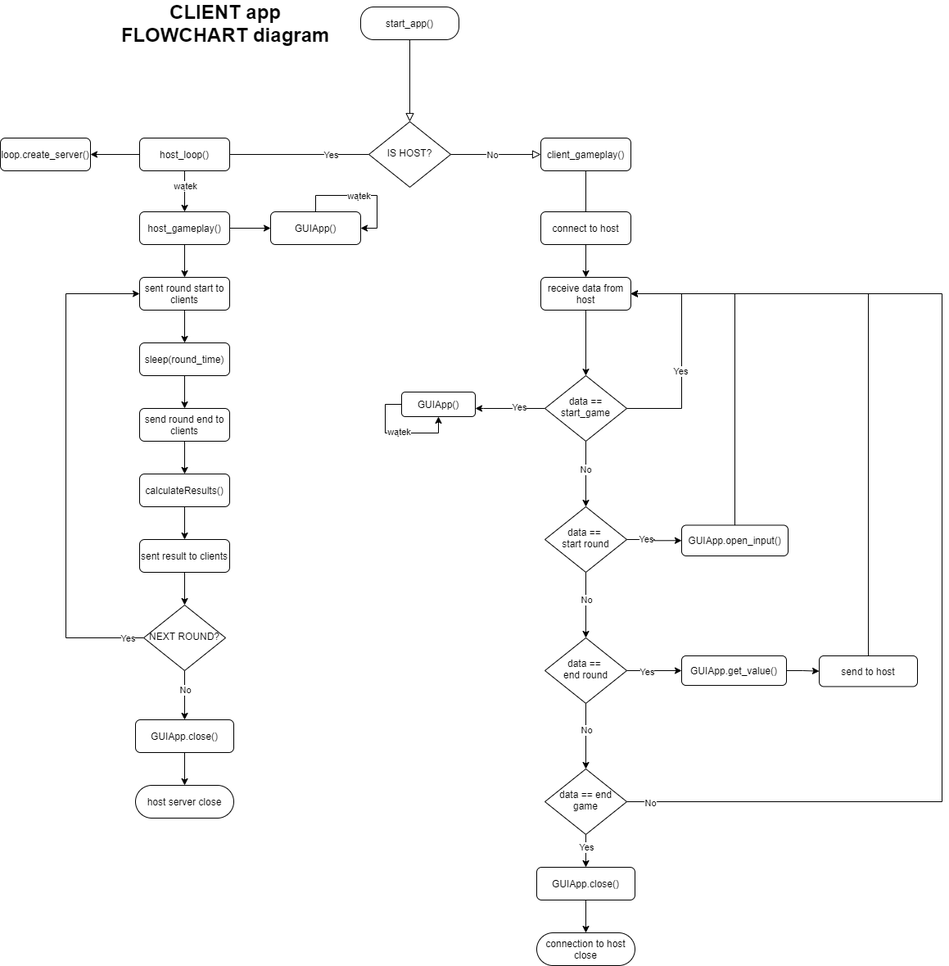
Above: docs/Schemat blokowy aplikacji.png in PituchaAleksander/country-city_game (draw.io), before the change. Source tidied: cells renumbered, new cells last; positions are measured from the earlier drawing's top-left corner, leaving out a move shared by most shapes.
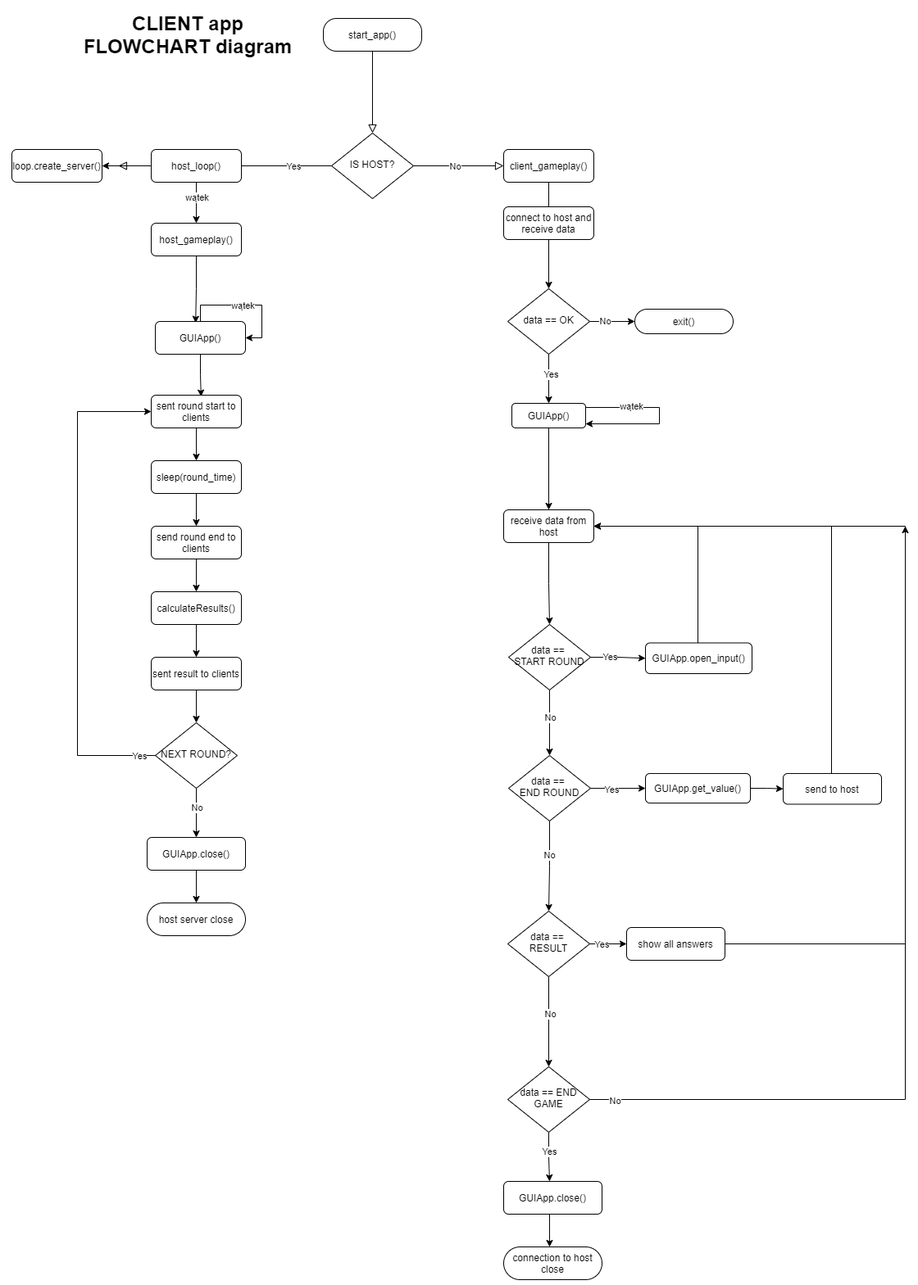
Above is the later version.

Diff of the diagram source:
```diff
@@ -35,43 +35,9 @@
     </mxCell>
-    <mxCell id="11" style="edgeStyle=orthogonalEdgeStyle;rounded=0;jettySize=auto;html=1;" parent="1" edge="1" source="17" target="20">
-      <mxGeometry relative="1" as="geometry">
-        <Array as="points">
-          <mxPoint x="590" y="490" />
-          <mxPoint x="590" y="490" />
-        </Array>
-      </mxGeometry>
-    </mxCell>
-    <mxCell id="12" value="Yes" style="edgeLabel;html=1;align=center;verticalAlign=middle;" parent="11" vertex="1">
-      <mxGeometry x="-0.25" y="-2" relative="1" as="geometry" />
-    </mxCell>
-    <mxCell id="13" style="edgeStyle=orthogonalEdgeStyle;rounded=0;jettySize=auto;html=1;exitX=0.5;exitY=1;exitDx=0;exitDy=0;" parent="1" edge="1" source="17" target="26">
-      <mxGeometry relative="1" as="geometry" />
-    </mxCell>
-    <mxCell id="14" value="No" style="edgeLabel;html=1;align=center;verticalAlign=middle;" parent="13" vertex="1">
-      <mxGeometry x="-0.14" y="-1" relative="1" as="geometry" />
-    </mxCell>
-    <mxCell id="15" style="edgeStyle=orthogonalEdgeStyle;rounded=0;jettySize=auto;html=1;entryX=1;entryY=0.5;entryDx=0;entryDy=0;" parent="1" edge="1" source="17" target="38">
-      <mxGeometry relative="1" as="geometry">
-        <Array as="points">
-          <mxPoint x="832" y="490" />
-          <mxPoint x="832" y="350" />
-        </Array>
-      </mxGeometry>
-    </mxCell>
-    <mxCell id="16" value="Yes" style="edgeLabel;html=1;align=center;verticalAlign=middle;" parent="15" vertex="1">
-      <mxGeometry x="-0.16" y="2" relative="1" as="geometry" />
-    </mxCell>
-    <mxCell id="17" value="data == start_game" style="rhombus;whiteSpace=wrap;html=1;shadow=0;fontFamily=Helvetica;fontSize=12;align=center;strokeWidth=1;spacing=6;spacingTop=-4;" parent="1" vertex="1">
-      <mxGeometry x="665" y="450" width="100" height="80" as="geometry" />
-    </mxCell>
-    <mxCell id="18" style="edgeStyle=orthogonalEdgeStyle;rounded=0;orthogonalLoop=1;jettySize=auto;html=1;exitX=0;exitY=0.5;exitDx=0;exitDy=0;entryX=0.5;entryY=1;entryDx=0;entryDy=0;" parent="1" edge="1" source="20" target="20">
-      <mxGeometry relative="1" as="geometry" />
-    </mxCell>
-    <mxCell id="19" value="wątek" style="edgeLabel;html=1;align=center;verticalAlign=middle;" parent="18" vertex="1">
-      <mxGeometry x="0.01" y="2" relative="1" as="geometry" />
-    </mxCell>
+    <mxCell id="79" style="edgeStyle=orthogonalEdgeStyle;rounded=0;jettySize=auto;html=1;" parent="1" edge="1" source="20" target="38">
+      <mxGeometry relative="1" as="geometry" />
+    </mxCell>
     <mxCell id="20" value="GUIApp()" style="rounded=1;whiteSpace=wrap;html=1;" parent="1" vertex="1">
-      <mxGeometry x="490" y="470" width="90" height="30" as="geometry" />
+      <mxGeometry x="670" y="470" width="90" height="30" as="geometry" />
     </mxCell>
-    <mxCell id="21" style="edgeStyle=orthogonalEdgeStyle;rounded=0;jettySize=auto;html=1;exitX=0.5;exitY=1;exitDx=0;exitDy=0;entryX=0.5;entryY=0;entryDx=0;entryDy=0;" parent="1" edge="1" source="38" target="17">
+    <mxCell id="21" style="edgeStyle=orthogonalEdgeStyle;rounded=0;jettySize=auto;html=1;exitX=0.5;exitY=1;exitDx=0;exitDy=0;" parent="1" edge="1" source="38" target="26">
       <mxGeometry relative="1" as="geometry" />
@@ -90,4 +56,4 @@
     </mxCell>
-    <mxCell id="26" value="data == &lt;br&gt;start round" style="rhombus;whiteSpace=wrap;html=1;shadow=0;fontFamily=Helvetica;fontSize=12;align=center;strokeWidth=1;spacing=6;spacingTop=-4;" parent="1" vertex="1">
-      <mxGeometry x="665" y="610" width="100" height="80" as="geometry" />
+    <mxCell id="26" value="data == &lt;br&gt;START ROUND" style="rhombus;whiteSpace=wrap;html=1;shadow=0;fontFamily=Helvetica;fontSize=12;align=center;strokeWidth=1;spacing=6;spacingTop=-4;" parent="1" vertex="1">
+      <mxGeometry x="666" y="740" width="100" height="80" as="geometry" />
     </mxCell>
@@ -96,3 +62,4 @@
         <Array as="points">
-          <mxPoint x="897" y="350" />
+          <mxPoint x="897" y="620" />
+          <mxPoint x="770" y="620" />
         </Array>
@@ -101,3 +68,3 @@
     <mxCell id="28" value="GUIApp.open_input()" style="rounded=1;whiteSpace=wrap;html=1;" parent="1" vertex="1">
-      <mxGeometry x="832" y="632.5" width="130" height="37.5" as="geometry" />
+      <mxGeometry x="833" y="762.5" width="130" height="37.5" as="geometry" />
     </mxCell>
@@ -109,10 +76,10 @@
     </mxCell>
-    <mxCell id="31" style="edgeStyle=orthogonalEdgeStyle;rounded=0;jettySize=auto;html=1;entryX=0.5;entryY=0;entryDx=0;entryDy=0;" parent="1" edge="1" source="33" target="43">
-      <mxGeometry relative="1" as="geometry" />
-    </mxCell>
-    <mxCell id="32" value="No" style="edgeLabel;html=1;align=center;verticalAlign=middle;" parent="31" vertex="1">
-      <mxGeometry x="-0.21" relative="1" as="geometry" />
-    </mxCell>
+    <mxCell id="80" style="edgeStyle=orthogonalEdgeStyle;rounded=0;jettySize=auto;html=1;" parent="1" edge="1" source="33" target="94">
+      <mxGeometry relative="1" as="geometry" />
+    </mxCell>
+    <mxCell id="81" value="No" style="edgeLabel;html=1;align=center;verticalAlign=middle;" parent="80" vertex="1">
+      <mxGeometry x="-0.26" y="-1" relative="1" as="geometry" />
+    </mxCell>
-    <mxCell id="33" value="data == &lt;br&gt;end round" style="rhombus;whiteSpace=wrap;html=1;shadow=0;fontFamily=Helvetica;fontSize=12;align=center;strokeWidth=1;spacing=6;spacingTop=-4;" parent="1" vertex="1">
-      <mxGeometry x="665" y="770" width="100" height="80" as="geometry" />
+    <mxCell id="33" value="data == &lt;br&gt;END ROUND" style="rhombus;whiteSpace=wrap;html=1;shadow=0;fontFamily=Helvetica;fontSize=12;align=center;strokeWidth=1;spacing=6;spacingTop=-4;" parent="1" vertex="1">
+      <mxGeometry x="666" y="900" width="100" height="80" as="geometry" />
     </mxCell>
@@ -122,3 +89,3 @@
     <mxCell id="35" value="&lt;span&gt;GUIApp.get_value()&lt;/span&gt;" style="rounded=1;whiteSpace=wrap;html=1;" parent="1" vertex="1">
-      <mxGeometry x="832" y="792" width="128" height="36.1" as="geometry" />
+      <mxGeometry x="833" y="922" width="128" height="36.1" as="geometry" />
     </mxCell>
@@ -127,3 +94,3 @@
         <Array as="points">
-          <mxPoint x="1060" y="350" />
+          <mxPoint x="1060" y="620" />
         </Array>
@@ -132,9 +99,11 @@
     <mxCell id="37" value="send to host" style="rounded=1;whiteSpace=wrap;html=1;" parent="1" vertex="1">
-      <mxGeometry x="1000" y="792" width="120" height="37.5" as="geometry" />
+      <mxGeometry x="1001" y="922" width="120" height="37.5" as="geometry" />
     </mxCell>
     <mxCell id="38" value="receive data from host" style="rounded=1;whiteSpace=wrap;html=1;" parent="1" vertex="1">
-      <mxGeometry x="660" y="330" width="110" height="40" as="geometry" />
+      <mxGeometry x="660" y="600" width="110" height="40" as="geometry" />
     </mxCell>
-    <mxCell id="39" style="edgeStyle=orthogonalEdgeStyle;rounded=0;jettySize=auto;html=1;exitX=0.5;exitY=1;exitDx=0;exitDy=0;entryX=0.5;entryY=0;entryDx=0;entryDy=0;" parent="1" edge="1" source="43" target="47">
-      <mxGeometry relative="1" as="geometry" />
+    <mxCell id="39" style="edgeStyle=orthogonalEdgeStyle;rounded=0;jettySize=auto;html=1;exitX=0.5;exitY=1;exitDx=0;exitDy=0;entryX=0.5;entryY=0;entryDx=0;entryDy=0;" parent="1" edge="1" source="43">
+      <mxGeometry relative="1" as="geometry">
+        <mxPoint x="716" y="1420" as="targetPoint" />
+      </mxGeometry>
     </mxCell>
@@ -146,4 +115,4 @@
         <Array as="points">
-          <mxPoint x="1150" y="970" />
-          <mxPoint x="1150" y="350" />
+          <mxPoint x="1150" y="1320" />
+          <mxPoint x="1150" y="620" />
         </Array>
@@ -154,19 +123,22 @@
     </mxCell>
-    <mxCell id="43" value="data == end game" style="rhombus;whiteSpace=wrap;html=1;shadow=0;fontFamily=Helvetica;fontSize=12;align=center;strokeWidth=1;spacing=6;spacingTop=-4;" parent="1" vertex="1">
-      <mxGeometry x="665" y="930" width="100" height="80" as="geometry" />
+    <mxCell id="43" value="data == END GAME" style="rhombus;whiteSpace=wrap;html=1;shadow=0;fontFamily=Helvetica;fontSize=12;align=center;strokeWidth=1;spacing=6;spacingTop=-4;" parent="1" vertex="1">
+      <mxGeometry x="665" y="1280" width="100" height="80" as="geometry" />
     </mxCell>
-    <mxCell id="44" style="edgeStyle=orthogonalEdgeStyle;rounded=0;jettySize=auto;html=1;" parent="1" edge="1" source="45" target="38">
-      <mxGeometry relative="1" as="geometry" />
-    </mxCell>
+    <mxCell id="82" style="edgeStyle=orthogonalEdgeStyle;rounded=0;jettySize=auto;html=1;" parent="1" edge="1" source="45" target="88">
+      <mxGeometry relative="1" as="geometry" />
+    </mxCell>
-    <mxCell id="45" value="connect to host" style="rounded=1;whiteSpace=wrap;html=1;" parent="1" vertex="1">
-      <mxGeometry x="660" y="250" width="110" height="40" as="geometry" />
+    <mxCell id="45" value="connect to host and receive data" style="rounded=1;whiteSpace=wrap;html=1;" parent="1" vertex="1">
+      <mxGeometry x="660" y="230" width="110" height="40" as="geometry" />
     </mxCell>
-    <mxCell id="46" style="edgeStyle=orthogonalEdgeStyle;rounded=0;jettySize=auto;html=1;exitX=0.5;exitY=1;exitDx=0;exitDy=0;" parent="1" edge="1" source="47" target="48">
-      <mxGeometry relative="1" as="geometry" />
+    <mxCell id="46" style="edgeStyle=orthogonalEdgeStyle;rounded=0;orthogonalLoop=1;jettySize=auto;html=1;exitX=0.5;exitY=1;exitDx=0;exitDy=0;" parent="1" edge="1">
+      <mxGeometry relative="1" as="geometry">
+        <mxPoint x="716" y="1460" as="sourcePoint" />
+        <mxPoint x="716" y="1500" as="targetPoint" />
+      </mxGeometry>
     </mxCell>
     <mxCell id="47" value="GUIApp.close()" style="rounded=1;whiteSpace=wrap;html=1;" parent="1" vertex="1">
-      <mxGeometry x="655" y="1050" width="120" height="40" as="geometry" />
+      <mxGeometry x="660" y="1420" width="120" height="40" as="geometry" />
     </mxCell>
     <mxCell id="48" value="connection to host close" style="rounded=1;whiteSpace=wrap;html=1;arcSize=50;" parent="1" vertex="1">
-      <mxGeometry x="655" y="1130" width="120" height="40" as="geometry" />
+      <mxGeometry x="660" y="1500" width="120" height="40" as="geometry" />
     </mxCell>
@@ -180,3 +152,3 @@
       <mxGeometry relative="1" as="geometry">
-        <mxPoint x="110" y="180" as="targetPoint" />
+        <mxPoint x="170" y="180" as="targetPoint" />
       </mxGeometry>
@@ -184,18 +156,18 @@
     <mxCell id="52" value="host_loop()" style="rounded=1;whiteSpace=wrap;html=1;" parent="1" vertex="1">
-      <mxGeometry x="170" y="160" width="110" height="40" as="geometry" />
+      <mxGeometry x="230" y="160" width="110" height="40" as="geometry" />
     </mxCell>
-    <mxCell id="53" style="edgeStyle=orthogonalEdgeStyle;rounded=0;jettySize=auto;html=1;entryX=0;entryY=0.5;entryDx=0;entryDy=0;" parent="1" edge="1" source="55" target="57">
+    <mxCell id="53" style="edgeStyle=orthogonalEdgeStyle;rounded=0;jettySize=auto;html=1;entryX=0.447;entryY=0.042;entryDx=0;entryDy=0;entryPerimeter=0;" parent="1" edge="1" source="55" target="57">
       <mxGeometry relative="1" as="geometry" />
     </mxCell>
-    <mxCell id="54" style="edgeStyle=orthogonalEdgeStyle;rounded=0;jettySize=auto;html=1;entryX=0.5;entryY=0;entryDx=0;entryDy=0;" parent="1" edge="1" source="55" target="61">
-      <mxGeometry relative="1" as="geometry" />
-    </mxCell>
     <mxCell id="55" value="host_gameplay()" style="rounded=1;whiteSpace=wrap;html=1;" parent="1" vertex="1">
-      <mxGeometry x="170" y="250" width="110" height="40" as="geometry" />
+      <mxGeometry x="230" y="250" width="110" height="40" as="geometry" />
     </mxCell>
     <mxCell id="56" value="loop.create_server()" style="rounded=1;whiteSpace=wrap;html=1;" parent="1" vertex="1">
-      <mxGeometry y="160" width="110" height="40" as="geometry" />
+      <mxGeometry x="60" y="160" width="110" height="40" as="geometry" />
     </mxCell>
+    <mxCell id="83" style="edgeStyle=orthogonalEdgeStyle;rounded=0;jettySize=auto;html=1;entryX=0.553;entryY=0.042;entryDx=0;entryDy=0;entryPerimeter=0;" parent="1" edge="1" source="57" target="61">
+      <mxGeometry relative="1" as="geometry" />
+    </mxCell>
     <mxCell id="57" value="GUIApp()" style="rounded=1;whiteSpace=wrap;html=1;" parent="1" vertex="1">
-      <mxGeometry x="330" y="250" width="110" height="40" as="geometry" />
+      <mxGeometry x="235" y="370" width="110" height="40" as="geometry" />
     </mxCell>
@@ -211,3 +183,3 @@
     <mxCell id="61" value="sent round start to clients" style="rounded=1;whiteSpace=wrap;html=1;" parent="1" vertex="1">
-      <mxGeometry x="170" y="330" width="110" height="40" as="geometry" />
+      <mxGeometry x="230" y="460" width="110" height="40" as="geometry" />
     </mxCell>
@@ -217,3 +189,3 @@
     <mxCell id="63" value="sleep(round_time)" style="rounded=1;whiteSpace=wrap;html=1;" parent="1" vertex="1">
-      <mxGeometry x="170" y="410" width="110" height="40" as="geometry" />
+      <mxGeometry x="230" y="540" width="110" height="40" as="geometry" />
     </mxCell>
@@ -223,3 +195,3 @@
     <mxCell id="65" value="send round end to clients" style="rounded=1;whiteSpace=wrap;html=1;" parent="1" vertex="1">
-      <mxGeometry x="170" y="490" width="110" height="40" as="geometry" />
+      <mxGeometry x="230" y="620" width="110" height="40" as="geometry" />
     </mxCell>
@@ -229,3 +201,3 @@
     <mxCell id="67" value="calculateResults()" style="rounded=1;whiteSpace=wrap;html=1;" parent="1" vertex="1">
-      <mxGeometry x="170" y="570" width="110" height="40" as="geometry" />
+      <mxGeometry x="230" y="700" width="110" height="40" as="geometry" />
     </mxCell>
@@ -235,3 +207,3 @@
     <mxCell id="69" value="sent result to clients" style="rounded=1;whiteSpace=wrap;html=1;" parent="1" vertex="1">
-      <mxGeometry x="170" y="650" width="110" height="40" as="geometry" />
+      <mxGeometry x="230" y="780" width="110" height="40" as="geometry" />
     </mxCell>
@@ -246,4 +218,4 @@
         <Array as="points">
-          <mxPoint x="80" y="770" />
-          <mxPoint x="80" y="350" />
+          <mxPoint x="140" y="900" />
+          <mxPoint x="140" y="480" />
         </Array>
@@ -255,3 +227,3 @@
     <mxCell id="74" value="NEXT ROUND?" style="rhombus;whiteSpace=wrap;html=1;shadow=0;fontFamily=Helvetica;fontSize=12;align=center;strokeWidth=1;spacing=6;spacingTop=-4;" parent="1" vertex="1">
-      <mxGeometry x="175" y="730" width="100" height="80" as="geometry" />
+      <mxGeometry x="235" y="860" width="100" height="80" as="geometry" />
     </mxCell>
@@ -261,6 +233,6 @@
     <mxCell id="76" value="GUIApp.close()" style="rounded=1;whiteSpace=wrap;html=1;" parent="1" vertex="1">
-      <mxGeometry x="165" y="870" width="120" height="40" as="geometry" />
+      <mxGeometry x="225" y="1000" width="120" height="40" as="geometry" />
     </mxCell>
     <mxCell id="77" value="host server close" style="rounded=1;whiteSpace=wrap;html=1;arcSize=50;" parent="1" vertex="1">
-      <mxGeometry x="165" y="950" width="120" height="40" as="geometry" />
+      <mxGeometry x="225" y="1080" width="120" height="40" as="geometry" />
     </mxCell>
@@ -269,2 +241,53 @@
     </mxCell>
+    <mxCell id="84" style="edgeStyle=orthogonalEdgeStyle;rounded=0;jettySize=auto;html=1;" parent="1" edge="1" source="88" target="20">
+      <mxGeometry relative="1" as="geometry" />
+    </mxCell>
+    <mxCell id="85" value="Yes" style="edgeLabel;html=1;align=center;verticalAlign=middle;" parent="84" vertex="1">
+      <mxGeometry x="-0.21" y="2" relative="1" as="geometry" />
+    </mxCell>
+    <mxCell id="86" style="edgeStyle=orthogonalEdgeStyle;rounded=0;jettySize=auto;html=1;" parent="1" edge="1" source="88" target="89">
+      <mxGeometry relative="1" as="geometry" />
+    </mxCell>
+    <mxCell id="87" value="No" style="edgeLabel;html=1;align=center;verticalAlign=middle;" parent="86" vertex="1">
+      <mxGeometry x="-0.31" y="1" relative="1" as="geometry" />
+    </mxCell>
+    <mxCell id="88" value="data == OK" style="rhombus;whiteSpace=wrap;html=1;shadow=0;fontFamily=Helvetica;fontSize=12;align=center;strokeWidth=1;spacing=6;spacingTop=-4;" parent="1" vertex="1">
+      <mxGeometry x="665" y="330" width="100" height="80" as="geometry" />
+    </mxCell>
+    <mxCell id="18" style="edgeStyle=orthogonalEdgeStyle;rounded=0;orthogonalLoop=1;jettySize=auto;html=1;" parent="1" edge="1" source="20" target="20">
+      <mxGeometry relative="1" as="geometry">
+        <Array as="points">
+          <mxPoint x="850" y="485" />
+        </Array>
+      </mxGeometry>
+    </mxCell>
+    <mxCell id="19" value="wątek" style="edgeLabel;html=1;align=center;verticalAlign=middle;" parent="18" vertex="1">
+      <mxGeometry x="-0.44" y="2" relative="1" as="geometry" />
+    </mxCell>
+    <mxCell id="89" value="exit()" style="rounded=1;whiteSpace=wrap;html=1;arcSize=50;" parent="1" vertex="1">
+      <mxGeometry x="820" y="355" width="120" height="30" as="geometry" />
+    </mxCell>
+    <mxCell id="90" style="edgeStyle=orthogonalEdgeStyle;rounded=0;jettySize=auto;html=1;" parent="1" edge="1" source="94" target="43">
+      <mxGeometry relative="1" as="geometry" />
+    </mxCell>
+    <mxCell id="91" value="No" style="edgeLabel;html=1;align=center;verticalAlign=middle;" parent="90" vertex="1">
+      <mxGeometry x="-0.18" y="1" relative="1" as="geometry" />
+    </mxCell>
+    <mxCell id="92" style="edgeStyle=orthogonalEdgeStyle;rounded=0;jettySize=auto;html=1;" parent="1" edge="1" source="94" target="96">
+      <mxGeometry relative="1" as="geometry" />
+    </mxCell>
+    <mxCell id="93" value="Yes" style="edgeLabel;html=1;align=center;verticalAlign=middle;" parent="92" vertex="1">
+      <mxGeometry x="-0.36" relative="1" as="geometry" />
+    </mxCell>
+    <mxCell id="94" value="data == &lt;br&gt;RESULT" style="rhombus;whiteSpace=wrap;html=1;shadow=0;fontFamily=Helvetica;fontSize=12;align=center;strokeWidth=1;spacing=6;spacingTop=-4;" parent="1" vertex="1">
+      <mxGeometry x="665" y="1090" width="100" height="80" as="geometry" />
+    </mxCell>
+    <mxCell id="95" style="edgeStyle=orthogonalEdgeStyle;rounded=0;jettySize=auto;html=1;" parent="1" edge="1" source="96">
+      <mxGeometry relative="1" as="geometry">
+        <mxPoint x="1150" y="620" as="targetPoint" />
+      </mxGeometry>
+    </mxCell>
+    <mxCell id="96" value="show all answers" style="rounded=1;whiteSpace=wrap;html=1;" parent="1" vertex="1">
+      <mxGeometry x="810" y="1110" width="120" height="40" as="geometry" />
+    </mxCell>
   </root>
```
